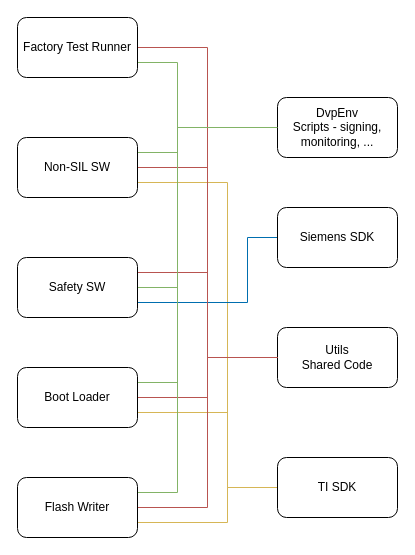
petrkucerak/diplom-thesis keeps this draw.io diagram as schematic/05-sw-repo-architecture.drawio. Above is the earlier version. Source tidied: cells renumbered, new cells numbered last; positions are measured from the earlier drawing's top-left corner, leaving out a move shared by most shapes. Both pictures are drawn from the tidied source at 100%, with x=0, y=0 at pixel (17, 17).
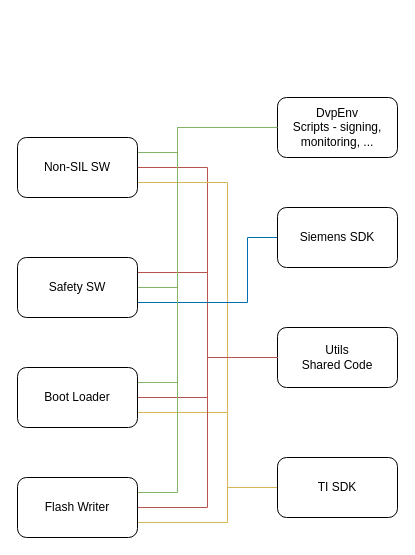
The same page after the edit.

Unchanged cells that the change refers to:
```xml
<mxCell id="10" value="Utils&lt;div&gt;Shared Code&lt;/div&gt;" style="rounded=1;whiteSpace=wrap;html=1;" parent="1" vertex="1">
  <mxGeometry x="260" y="310" width="120" height="60" as="geometry" />
</mxCell>
<mxCell id="18" value="DvpEnv&lt;div&gt;Scripts - signing, monitoring, ...&lt;/div&gt;" style="rounded=1;whiteSpace=wrap;html=1;" parent="1" vertex="1">
  <mxGeometry x="260" y="80" width="120" height="60" as="geometry" />
</mxCell>
```

Change to the diagram source:
```diff
@@
-    <mxCell id="11" style="edgeStyle=orthogonalEdgeStyle;rounded=0;jettySize=auto;html=1;exitX=1;exitY=0.75;exitDx=0;exitDy=0;entryX=0;entryY=0.5;entryDx=0;entryDy=0;fillColor=#d5e8d4;strokeColor=#82b366;endArrow=none;endFill=0;" parent="1" edge="1" source="13" target="18">
-      <mxGeometry relative="1" as="geometry">
-        <Array as="points">
-          <mxPoint x="160" y="45" />
-          <mxPoint x="160" y="110" />
-        </Array>
-      </mxGeometry>
-    </mxCell>
-    <mxCell id="12" style="edgeStyle=orthogonalEdgeStyle;rounded=0;jettySize=auto;html=1;exitX=1;exitY=0.5;exitDx=0;exitDy=0;entryX=0;entryY=0.5;entryDx=0;entryDy=0;endArrow=none;endFill=0;fillColor=#f8cecc;strokeColor=#b85450;" parent="1" edge="1" source="13" target="10">
-      <mxGeometry relative="1" as="geometry" />
-    </mxCell>
-    <mxCell id="13" value="&lt;div&gt;Factory Test Runner&lt;/div&gt;" style="rounded=1;whiteSpace=wrap;html=1;" parent="1" vertex="1">
-      <mxGeometry width="120" height="60" as="geometry" />
-    </mxCell>
```
